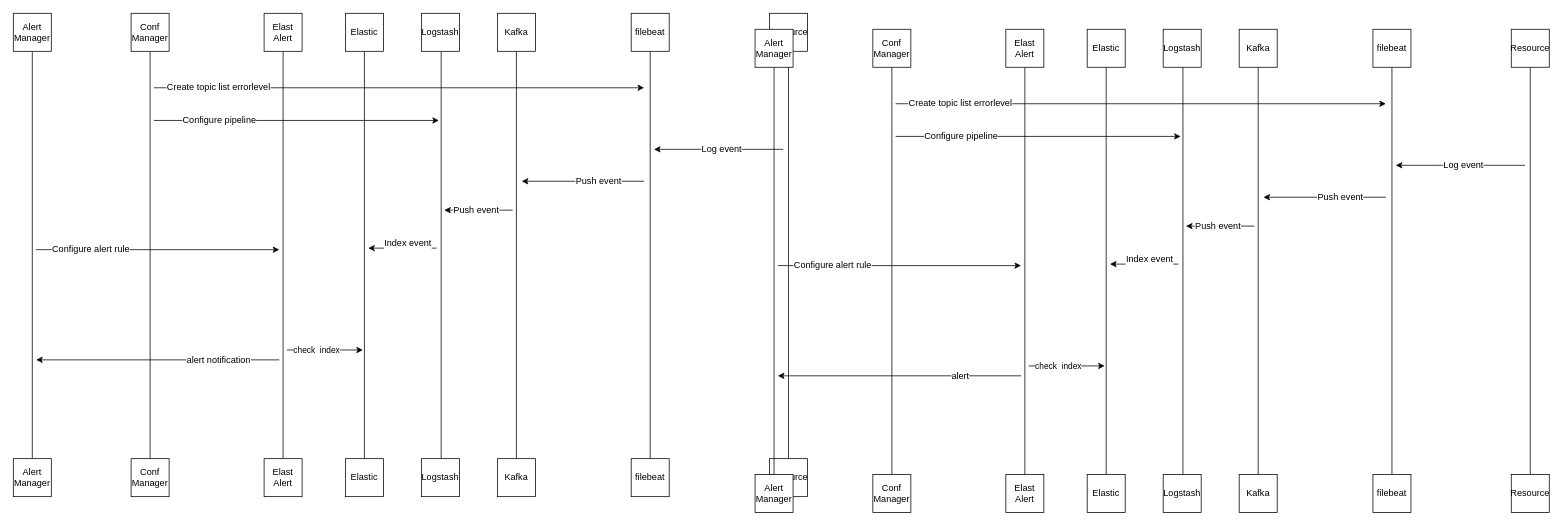
Earlier version of the draw.io diagram page "Page-1" (1 of 2) of filebeat export and alert workflow.drawio (agustincaparros/SoA-Diagrams). Source tidied: cells renumbered, new cells numbered last; positions are measured from the earlier drawing's top-left corner, leaving out a move shared by most shapes. Both pictures are drawn from the tidied source at 76%, with x=0, y=0 at pixel (13, 13).
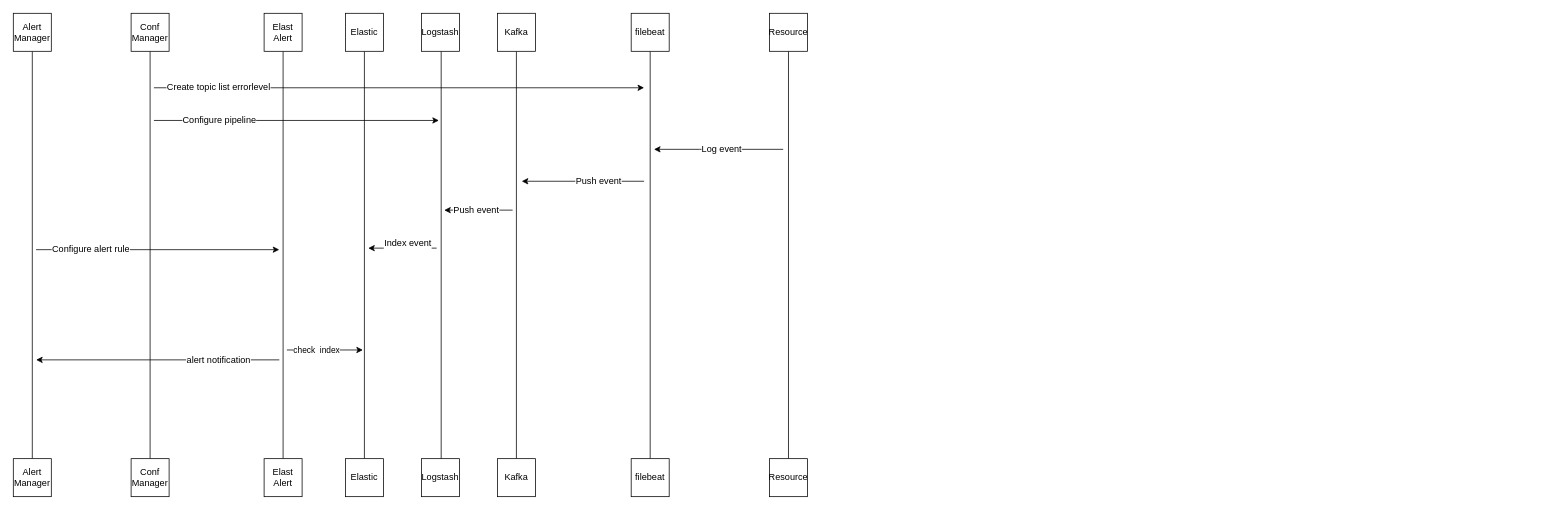
The same diagram, later.

Change to the diagram source:
```diff
@@
-    <mxCell id="45" style="edgeStyle=orthogonalEdgeStyle;rounded=0;jettySize=auto;html=1;endArrow=none;endFill=0;" parent="1" edge="1" source="46" target="47">
-      <mxGeometry relative="1" as="geometry" />
-    </mxCell>
-    <mxCell id="46" value="Kafka" style="whiteSpace=wrap;html=1;" parent="1" vertex="1">
-      <mxGeometry x="1613" y="21" width="50" height="50" as="geometry" />
-    </mxCell>
-    <mxCell id="47" value="Kafka" style="whiteSpace=wrap;html=1;" parent="1" vertex="1">
-      <mxGeometry x="1613" y="607" width="50" height="50" as="geometry" />
-    </mxCell>
-    <mxCell id="48" style="edgeStyle=orthogonalEdgeStyle;rounded=0;jettySize=auto;html=1;endArrow=none;endFill=0;" parent="1" edge="1" source="49" target="50">
-      <mxGeometry relative="1" as="geometry" />
-    </mxCell>
-    <mxCell id="49" value="filebeat" style="whiteSpace=wrap;html=1;" parent="1" vertex="1">
-      <mxGeometry x="1789" y="21" width="50" height="50" as="geometry" />
-    </mxCell>
-    <mxCell id="50" value="filebeat" style="whiteSpace=wrap;html=1;" parent="1" vertex="1">
-      <mxGeometry x="1789" y="607" width="50" height="50" as="geometry" />
-    </mxCell>
-    <mxCell id="51" style="edgeStyle=orthogonalEdgeStyle;rounded=0;orthogonalLoop=1;jettySize=auto;html=1;endArrow=none;endFill=0;" parent="1" edge="1">
-      <mxGeometry relative="1" as="geometry">
-        <mxPoint x="1539" y="71" as="sourcePoint" />
-        <mxPoint x="1539" y="631" as="targetPoint" />
-      </mxGeometry>
-    </mxCell>
-    <mxCell id="52" value="Logstash" style="whiteSpace=wrap;html=1;" parent="1" vertex="1">
-      <mxGeometry x="1513" y="21" width="50" height="50" as="geometry" />
-    </mxCell>
-    <mxCell id="53" value="Logstash" style="whiteSpace=wrap;html=1;" parent="1" vertex="1">
-      <mxGeometry x="1513" y="607" width="50" height="50" as="geometry" />
-    </mxCell>
-    <mxCell id="54" style="edgeStyle=orthogonalEdgeStyle;rounded=0;jettySize=auto;html=1;endArrow=none;endFill=0;" parent="1" edge="1" source="55" target="56">
-      <mxGeometry relative="1" as="geometry" />
-    </mxCell>
-    <mxCell id="55" value="Elastic" style="whiteSpace=wrap;html=1;" parent="1" vertex="1">
-      <mxGeometry x="1413" y="21" width="50" height="50" as="geometry" />
-    </mxCell>
-    <mxCell id="56" value="Elastic" style="whiteSpace=wrap;html=1;" parent="1" vertex="1">
-      <mxGeometry x="1413" y="607" width="50" height="50" as="geometry" />
-    </mxCell>
-    <mxCell id="57" style="edgeStyle=orthogonalEdgeStyle;rounded=0;jettySize=auto;html=1;endArrow=none;endFill=0;" parent="1" edge="1" source="58" target="59">
-      <mxGeometry relative="1" as="geometry" />
-    </mxCell>
-    <mxCell id="58" value="Conf&lt;br&gt;Manager" style="whiteSpace=wrap;html=1;" parent="1" vertex="1">
-      <mxGeometry x="1131" y="21" width="50" height="50" as="geometry" />
-    </mxCell>
-    <mxCell id="59" value="Conf&lt;br&gt;Manager" style="whiteSpace=wrap;html=1;" parent="1" vertex="1">
-      <mxGeometry x="1131" y="607" width="50" height="50" as="geometry" />
-    </mxCell>
-    <mxCell id="60" style="endArrow=classic;html=1;strokeColor=#000000;" parent="1" edge="1">
-      <mxGeometry relative="1" as="geometry">
-        <mxPoint x="1161" y="162" as="sourcePoint" />
-        <mxPoint x="1536" y="162" as="targetPoint" />
-      </mxGeometry>
-    </mxCell>
-    <mxCell id="61" value="Configure pipeline" style="text;html=1;align=center;verticalAlign=middle;labelBackgroundColor=#ffffff;" parent="60" vertex="1">
-      <mxGeometry x="0.23" y="1" relative="1" as="geometry">
-        <mxPoint x="-146" as="offset" />
-      </mxGeometry>
-    </mxCell>
-    <mxCell id="62" style="endArrow=classic;html=1;fontColor=#B0B0B0;" parent="1" edge="1">
-      <mxGeometry relative="1" as="geometry">
-        <mxPoint x="1161" y="119" as="sourcePoint" />
-        <mxPoint x="1806" y="119" as="targetPoint" />
-      </mxGeometry>
-    </mxCell>
-    <mxCell id="63" value="&lt;font color=&quot;#000000&quot;&gt;Create topic list errorlevel&lt;/font&gt;" style="text;html=1;align=center;verticalAlign=middle;labelBackgroundColor=#ffffff;fontColor=#B0B0B0;" parent="62" vertex="1">
-      <mxGeometry x="0.19" y="1" relative="1" as="geometry">
-        <mxPoint x="-300" as="offset" />
-      </mxGeometry>
-    </mxCell>
-    <mxCell id="64" style="edgeStyle=orthogonalEdgeStyle;rounded=0;jettySize=auto;html=1;endArrow=none;endFill=0;" parent="1" edge="1" source="65" target="66">
-      <mxGeometry relative="1" as="geometry" />
-    </mxCell>
-    <mxCell id="65" value="Resource" style="whiteSpace=wrap;html=1;" parent="1" vertex="1">
-      <mxGeometry x="1971" y="21" width="50" height="50" as="geometry" />
-    </mxCell>
-    <mxCell id="66" value="Resource" style="whiteSpace=wrap;html=1;" parent="1" vertex="1">
-      <mxGeometry x="1971" y="607" width="50" height="50" as="geometry" />
-    </mxCell>
-    <mxCell id="67" style="endArrow=none;html=1;strokeColor=#000000;endFill=0;startFill=1;startArrow=classic;" parent="1" edge="1">
-      <mxGeometry relative="1" as="geometry">
-        <mxPoint x="1819" y="200" as="sourcePoint" />
-        <mxPoint x="1989" y="200" as="targetPoint" />
-        <Array as="points">
-          <mxPoint x="1879" y="200" />
-        </Array>
-      </mxGeometry>
-    </mxCell>
-    <mxCell id="68" value="Log event" style="text;html=1;align=center;verticalAlign=middle;labelBackgroundColor=#ffffff;" parent="67" vertex="1">
-      <mxGeometry x="0.19" y="1" relative="1" as="geometry">
-        <mxPoint x="-12.9" as="offset" />
-      </mxGeometry>
-    </mxCell>
-    <mxCell id="69" style="endArrow=none;html=1;strokeColor=#000000;endFill=0;startArrow=classic;startFill=1;" parent="1" edge="1">
-      <mxGeometry relative="1" as="geometry">
-        <mxPoint x="1645" y="242" as="sourcePoint" />
-        <mxPoint x="1806" y="242" as="targetPoint" />
-      </mxGeometry>
-    </mxCell>
-    <mxCell id="70" value="Push event" style="text;html=1;align=center;verticalAlign=middle;labelBackgroundColor=#ffffff;" parent="69" vertex="1">
-      <mxGeometry x="0.19" y="1" relative="1" as="geometry">
-        <mxPoint x="4" as="offset" />
-      </mxGeometry>
-    </mxCell>
-    <mxCell id="71" style="endArrow=none;html=1;strokeColor=#000000;endFill=0;startArrow=classic;startFill=1;" parent="1" edge="1">
-      <mxGeometry relative="1" as="geometry">
-        <mxPoint x="1543" y="280" as="sourcePoint" />
-        <mxPoint x="1633" y="280" as="targetPoint" />
-        <Array as="points">
-          <mxPoint x="1593" y="280" />
-          <mxPoint x="1613" y="280" />
-        </Array>
-      </mxGeometry>
-    </mxCell>
-    <mxCell id="72" value="Push event" style="text;html=1;align=center;verticalAlign=middle;labelBackgroundColor=#ffffff;" parent="71" vertex="1">
-      <mxGeometry x="0.19" y="1" relative="1" as="geometry">
-        <mxPoint x="-12.9" as="offset" />
-      </mxGeometry>
-    </mxCell>
-    <mxCell id="73" style="endArrow=none;html=1;strokeColor=#000000;endFill=0;startArrow=classic;startFill=1;" parent="1" edge="1">
-      <mxGeometry relative="1" as="geometry">
-        <mxPoint x="1443" y="330" as="sourcePoint" />
-        <mxPoint x="1533" y="330" as="targetPoint" />
-      </mxGeometry>
-    </mxCell>
-    <mxCell id="74" value="Index event" style="text;html=1;align=center;verticalAlign=middle;labelBackgroundColor=#ffffff;" parent="73" vertex="1">
-      <mxGeometry x="0.19" y="1" relative="1" as="geometry">
-        <mxPoint x="-2.9" y="-6" as="offset" />
-      </mxGeometry>
-    </mxCell>
-    <mxCell id="75" style="endArrow=none;html=1;strokeColor=#000000;endFill=0;startFill=1;startArrow=classic;" parent="1" edge="1">
-      <mxGeometry relative="1" as="geometry">
-        <mxPoint x="1006" y="477" as="sourcePoint" />
-        <mxPoint x="1326" y="477" as="targetPoint" />
-      </mxGeometry>
-    </mxCell>
-    <mxCell id="76" value="alert" style="text;html=1;align=center;verticalAlign=middle;labelBackgroundColor=#ffffff;" parent="75" vertex="1">
-      <mxGeometry x="0.19" y="1" relative="1" as="geometry">
-        <mxPoint x="49" y="1" as="offset" />
-      </mxGeometry>
-    </mxCell>
-    <mxCell id="77" style="edgeStyle=orthogonalEdgeStyle;rounded=0;jettySize=auto;html=1;endArrow=none;endFill=0;" parent="1" edge="1" source="78" target="79">
-      <mxGeometry relative="1" as="geometry" />
-    </mxCell>
-    <mxCell id="78" value="Alert&lt;br&gt;Manager" style="whiteSpace=wrap;html=1;" parent="1" vertex="1">
-      <mxGeometry x="976" y="21" width="50" height="50" as="geometry" />
-    </mxCell>
-    <mxCell id="79" value="Alert&lt;br&gt;Manager" style="whiteSpace=wrap;html=1;" parent="1" vertex="1">
-      <mxGeometry x="976" y="607" width="50" height="50" as="geometry" />
-    </mxCell>
-    <mxCell id="80" style="edgeStyle=orthogonalEdgeStyle;rounded=0;jettySize=auto;html=1;endArrow=none;endFill=0;" parent="1" edge="1" source="81" target="82">
-      <mxGeometry relative="1" as="geometry" />
-    </mxCell>
-    <mxCell id="81" value="Elast Alert" style="whiteSpace=wrap;html=1;" parent="1" vertex="1">
-      <mxGeometry x="1306" y="21" width="50" height="50" as="geometry" />
-    </mxCell>
-    <mxCell id="82" value="Elast Alert" style="whiteSpace=wrap;html=1;" parent="1" vertex="1">
-      <mxGeometry x="1306" y="607" width="50" height="50" as="geometry" />
-    </mxCell>
-    <mxCell id="83" style="endArrow=classic;html=1;strokeColor=#000000;" parent="1" edge="1">
-      <mxGeometry relative="1" as="geometry">
-        <mxPoint x="1006" y="332" as="sourcePoint" />
-        <mxPoint x="1326" y="332" as="targetPoint" />
-      </mxGeometry>
-    </mxCell>
-    <mxCell id="84" value="Configure alert rule" style="text;html=1;align=center;verticalAlign=middle;labelBackgroundColor=#ffffff;" parent="83" vertex="1">
-      <mxGeometry x="0.23" y="1" relative="1" as="geometry">
-        <mxPoint x="-126" as="offset" />
-      </mxGeometry>
-    </mxCell>
-    <mxCell id="85" style="endArrow=none;html=1;strokeColor=#000000;endFill=0;startArrow=classic;startFill=1;" parent="1" edge="1">
-      <mxGeometry relative="1" as="geometry">
-        <mxPoint x="1436" y="464" as="sourcePoint" />
-        <mxPoint x="1336" y="464" as="targetPoint" />
-      </mxGeometry>
-    </mxCell>
-    <mxCell id="86" value="check&amp;nbsp; index" style="edgeLabel;html=1;align=center;verticalAlign=middle;" parent="85" vertex="1">
-      <mxGeometry x="0.24" relative="1" as="geometry" />
-    </mxCell>
```
